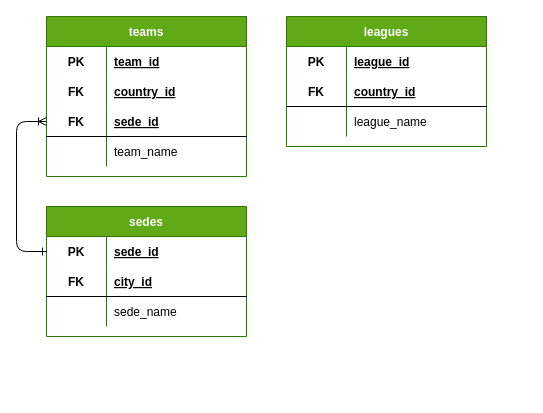
r3card0/soccer.stats keeps this draw.io diagram as page "model" (2 of 2) of soccer_model.drawio. Above is the earlier version. Source tidied: cells renumbered, new cells numbered last; positions are measured from the earlier drawing's top-left corner, leaving out a move shared by most shapes. Both pictures are drawn from the tidied source at 100%, with x=0, y=0 at pixel (16, 16).
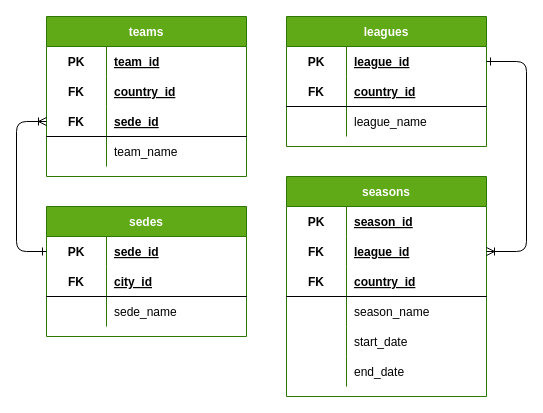
The same page after the edit.

Commit message (it also covers changes not shown here):
season model modified, added league_id on seasons model

Unchanged cells that the change refers to:
```xml
<mxCell id="27" style="shape=partialRectangle;fillColor=none;top=0;left=0;bottom=0;right=0;points=[[0,0.5],[1,0.5]];portConstraint=eastwest;" parent="26" vertex="1">
  <mxGeometry y="30" width="200" height="30" as="geometry" />
</mxCell>
```

Change to the diagram source:
```diff
@@
+    <mxCell id="36" value="seasons" style="shape=table;startSize=30;childLayout=tableLayout;rowLines=0;fontStyle=1;align=center;fillColor=#60a917;fontColor=#ffffff;strokeColor=#2D7600;" parent="1" vertex="1">
+      <mxGeometry x="270" y="160" width="200" height="220" as="geometry" />
+    </mxCell>
+    <mxCell id="37" style="shape=partialRectangle;fillColor=none;top=0;left=0;bottom=0;right=0;" parent="36" vertex="1">
+      <mxGeometry y="30" width="200" height="30" as="geometry" />
+    </mxCell>
+    <mxCell id="38" value="PK" style="shape=partialRectangle;fillColor=none;top=0;left=0;bottom=0;right=0;fontStyle=1;overflow=hidden;" parent="37" vertex="1">
+      <mxGeometry width="60" height="30" as="geometry" />
+    </mxCell>
+    <mxCell id="39" value="season_id" style="shape=partialRectangle;fillColor=none;top=0;left=0;bottom=0;right=0;align=left;spacingLeft=6;fontStyle=5;overflow=hidden;" parent="37" vertex="1">
+      <mxGeometry x="60" width="140" height="30" as="geometry" />
+    </mxCell>
+    <mxCell id="40" style="shape=partialRectangle;fillColor=none;top=0;left=0;bottom=0;right=0;points=[[0,0.5],[1,0.5]];portConstraint=eastwest;" parent="36" vertex="1">
+      <mxGeometry y="60" width="200" height="30" as="geometry" />
+    </mxCell>
+    <mxCell id="41" value="FK" style="shape=partialRectangle;fillColor=none;top=0;left=0;bottom=0;right=0;fontStyle=1;overflow=hidden;" parent="40" vertex="1">
+      <mxGeometry width="60" height="30" as="geometry" />
+    </mxCell>
+    <mxCell id="42" value="league_id" style="shape=partialRectangle;fillColor=none;top=0;left=0;bottom=0;right=0;align=left;spacingLeft=6;fontStyle=5;overflow=hidden;" parent="40" vertex="1">
+      <mxGeometry x="60" width="140" height="30" as="geometry" />
+    </mxCell>
+    <mxCell id="43" style="shape=partialRectangle;fillColor=none;top=0;left=0;bottom=1;right=0;" parent="36" vertex="1">
+      <mxGeometry y="90" width="200" height="30" as="geometry" />
+    </mxCell>
+    <mxCell id="44" value="FK" style="shape=partialRectangle;fillColor=none;top=0;left=0;bottom=0;right=0;fontStyle=1;overflow=hidden;" parent="43" vertex="1">
+      <mxGeometry width="60" height="30" as="geometry" />
+    </mxCell>
+    <mxCell id="45" value="country_id" style="shape=partialRectangle;fillColor=none;top=0;left=0;bottom=0;right=0;align=left;spacingLeft=6;fontStyle=5;overflow=hidden;" parent="43" vertex="1">
+      <mxGeometry x="60" width="140" height="30" as="geometry" />
+    </mxCell>
+    <mxCell id="46" style="shape=partialRectangle;fillColor=none;top=0;left=0;bottom=0;right=0;" parent="36" vertex="1">
+      <mxGeometry y="120" width="200" height="30" as="geometry" />
+    </mxCell>
+    <mxCell id="47" style="shape=partialRectangle;fillColor=none;top=0;left=0;bottom=0;right=0;overflow=hidden;" parent="46" vertex="1">
+      <mxGeometry width="60" height="30" as="geometry" />
+    </mxCell>
+    <mxCell id="48" value="season_name" style="shape=partialRectangle;fillColor=none;top=0;left=0;bottom=0;right=0;align=left;spacingLeft=6;overflow=hidden;" parent="46" vertex="1">
+      <mxGeometry x="60" width="140" height="30" as="geometry" />
+    </mxCell>
+    <mxCell id="49" style="shape=partialRectangle;fillColor=none;top=0;left=0;bottom=0;right=0;" parent="36" vertex="1">
+      <mxGeometry y="150" width="200" height="30" as="geometry" />
+    </mxCell>
+    <mxCell id="50" style="shape=partialRectangle;fillColor=none;top=0;left=0;bottom=0;right=0;overflow=hidden;" parent="49" vertex="1">
+      <mxGeometry width="60" height="30" as="geometry" />
+    </mxCell>
+    <mxCell id="51" value="start_date" style="shape=partialRectangle;fillColor=none;top=0;left=0;bottom=0;right=0;align=left;spacingLeft=6;overflow=hidden;" parent="49" vertex="1">
+      <mxGeometry x="60" width="140" height="30" as="geometry" />
+    </mxCell>
+    <mxCell id="52" style="shape=partialRectangle;fillColor=none;top=0;left=0;bottom=0;right=0;" parent="36" vertex="1">
+      <mxGeometry y="180" width="200" height="30" as="geometry" />
+    </mxCell>
+    <mxCell id="53" style="shape=partialRectangle;fillColor=none;top=0;left=0;bottom=0;right=0;overflow=hidden;" parent="52" vertex="1">
+      <mxGeometry width="60" height="30" as="geometry" />
+    </mxCell>
+    <mxCell id="54" value="end_date" style="shape=partialRectangle;fillColor=none;top=0;left=0;bottom=0;right=0;align=left;spacingLeft=6;overflow=hidden;" parent="52" vertex="1">
+      <mxGeometry x="60" width="140" height="30" as="geometry" />
+    </mxCell>
+    <mxCell id="55" style="edgeStyle=none;html=1;exitX=1;exitY=0.5;exitDx=0;exitDy=0;entryX=1;entryY=0.5;entryDx=0;entryDy=0;startArrow=ERone;startFill=0;endArrow=ERoneToMany;endFill=0;" parent="1" edge="1" source="27" target="40">
+      <mxGeometry relative="1" as="geometry">
+        <Array as="points">
+          <mxPoint x="510" y="45" />
+          <mxPoint x="510" y="235" />
+        </Array>
+      </mxGeometry>
+    </mxCell>
```
